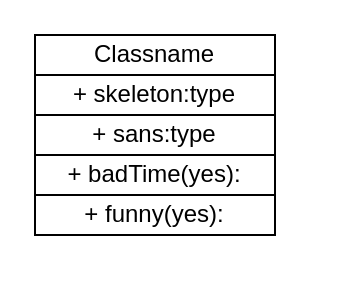
The draw.io diagram Diagram.drawio in Gdev3356/Projeto-Java, before the edit. Source tidied: cells renumbered, new cells numbered last; positions are measured from the earlier drawing's top-left corner, leaving out a move shared by most shapes. Both pictures are drawn from the tidied source at 200%, with x=0, y=0 at pixel (34, 34).
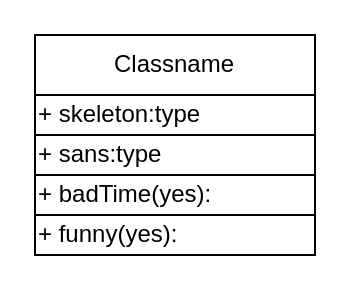
Above is the later version.

What changed in the source:
```diff
@@
 <mxGraphModel>
   <root>
     <mxCell id="0" />
     <mxCell id="1" parent="0" />
-    <mxCell id="2" value="Classname" style="rounded=0;whiteSpace=wrap;html=1;" parent="1" vertex="1">
-      <mxGeometry width="120" height="20" as="geometry" />
+    <mxCell id="2" value="Classname" style="swimlane;fontStyle=0;horizontal=1;startSize=30;whiteSpace=wrap;html=1;" parent="1" vertex="1">
+      <mxGeometry width="140" height="110" as="geometry" />
     </mxCell>
-    <mxCell id="3" value="+ skeleton:type" style="rounded=0;whiteSpace=wrap;html=1;" parent="1" vertex="1">
-      <mxGeometry y="20" width="120" height="20" as="geometry" />
+    <mxCell id="3" value="+ skeleton:type" style="rounded=0;whiteSpace=wrap;html=1;labelBackgroundColor=none;align=left;" parent="2" vertex="1">
+      <mxGeometry y="30" width="140" height="20" as="geometry" />
     </mxCell>
-    <mxCell id="4" value="+ sans:type" style="rounded=0;whiteSpace=wrap;html=1;" parent="1" vertex="1">
-      <mxGeometry y="40" width="120" height="20" as="geometry" />
+    <mxCell id="4" value="+ sans:type" style="rounded=0;whiteSpace=wrap;html=1;labelBackgroundColor=none;align=left;" parent="2" vertex="1">
+      <mxGeometry y="50" width="140" height="20" as="geometry" />
     </mxCell>
-    <mxCell id="5" value="+ badTime(yes):" style="rounded=0;whiteSpace=wrap;html=1;" parent="1" vertex="1">
-      <mxGeometry y="60" width="120" height="20" as="geometry" />
+    <mxCell id="5" value="+ badTime(yes):" style="rounded=0;whiteSpace=wrap;html=1;labelBackgroundColor=none;align=left;" parent="2" vertex="1">
+      <mxGeometry y="70" width="140" height="20" as="geometry" />
     </mxCell>
-    <mxCell id="6" value="+ funny(yes):" style="rounded=0;whiteSpace=wrap;html=1;" parent="1" vertex="1">
-      <mxGeometry y="80" width="120" height="20" as="geometry" />
+    <mxCell id="6" value="+ funny(yes):" style="rounded=0;whiteSpace=wrap;html=1;labelBackgroundColor=none;align=left;" parent="2" vertex="1">
+      <mxGeometry y="90" width="140" height="20" as="geometry" />
     </mxCell>
   </root>
 </mxGraphModel>
```
